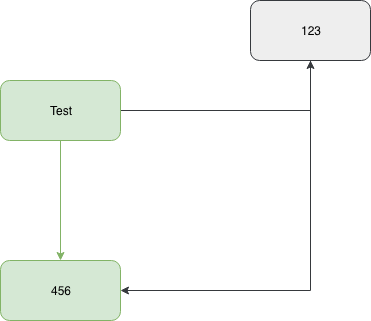
Earlier version of the draw.io export test2.png (alderg/sandbox). Source tidied: cells renumbered, new cells last; positions are measured from the earlier drawing's top-left corner, leaving out a move shared by most shapes.
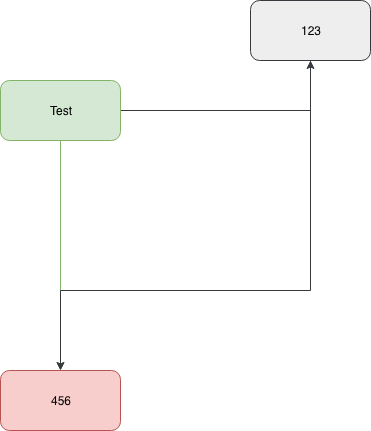
After the commit.

What changed in the source:
```diff
@@ -21,8 +21,8 @@
     <mxCell id="6" value="123" style="rounded=1;whiteSpace=wrap;html=1;fillColor=#eeeeee;strokeColor=#36393d;" parent="1" vertex="1">
       <mxGeometry x="250" width="120" height="60" as="geometry" />
     </mxCell>
-    <mxCell id="7" value="456" style="rounded=1;whiteSpace=wrap;html=1;fillColor=#d5e8d4;strokeColor=#82b366;" parent="1" vertex="1">
-      <mxGeometry y="260" width="120" height="60" as="geometry" />
+    <mxCell id="7" value="456" style="rounded=1;whiteSpace=wrap;html=1;fillColor=#f8cecc;strokeColor=#b85450;" parent="1" vertex="1">
+      <mxGeometry y="370" width="120" height="60" as="geometry" />
     </mxCell>
   </root>
 </mxGraphModel>
```
